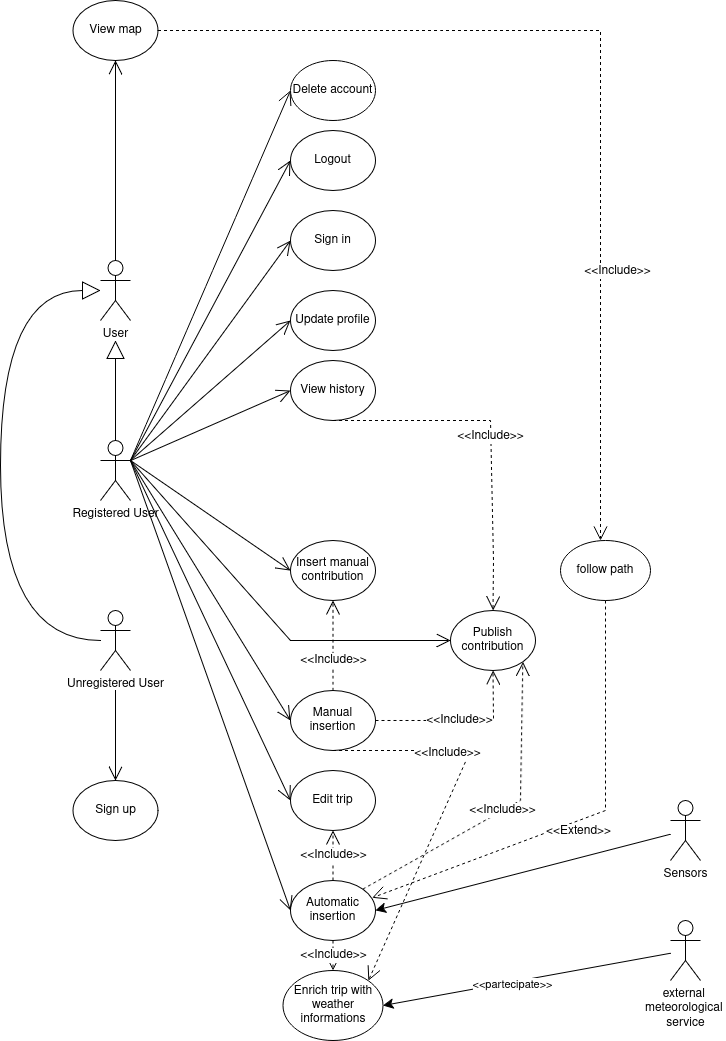
Earlier version of the draw.io export RASD/Version1.0/images/use_case_diagram.png (Francesco2035/RavelliRausaPoggi). Source tidied: cells renumbered, new cells last; positions are measured from the earlier drawing's top-left corner, leaving out a move shared by most shapes.
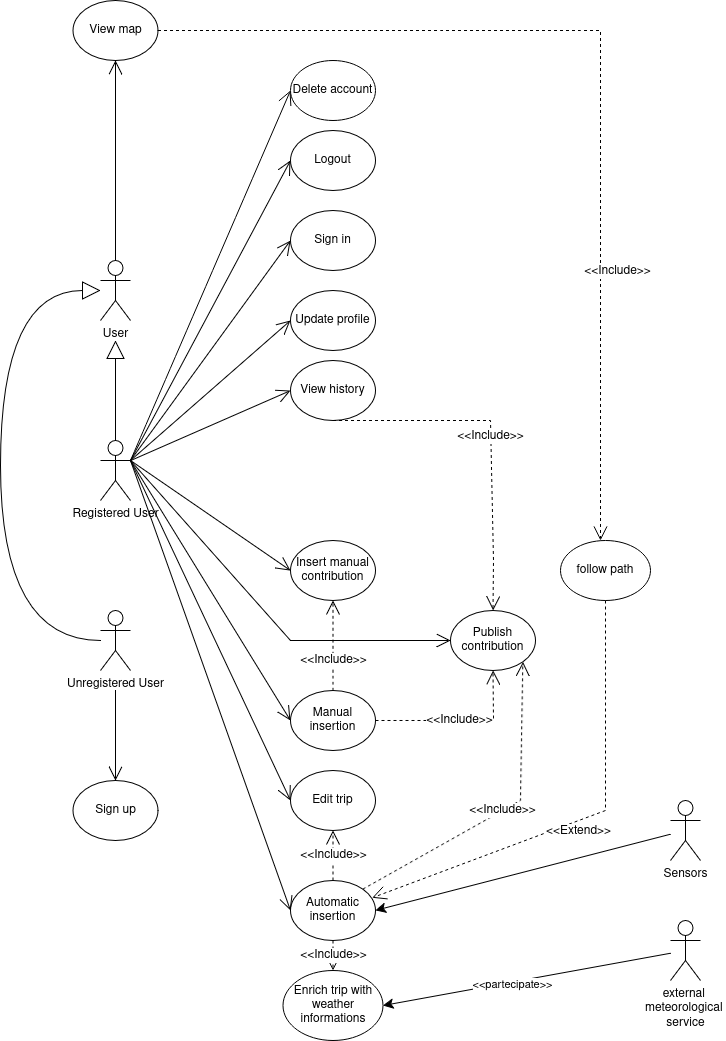
The same diagram one commit later.

The edit, as a diff of the source:
```diff
@@ -185,12 +185,5 @@
     <mxCell id="45" value="&amp;lt;&amp;lt;Include&amp;gt;&amp;gt;" style="endArrow=open;endSize=12;dashed=1;html=1;rounded=0;fontSize=12;exitX=0.5;exitY=1;exitDx=0;exitDy=0;entryX=0.5;entryY=0;entryDx=0;entryDy=0;" parent="1" edge="1" source="19" target="44">
       <mxGeometry relative="1" as="geometry" />
     </mxCell>
-    <mxCell id="46" value="&amp;lt;&amp;lt;Include&amp;gt;&amp;gt;" style="endArrow=open;endSize=12;dashed=1;html=1;rounded=0;fontSize=12;exitX=0.5;exitY=1;exitDx=0;exitDy=0;entryX=1;entryY=0;entryDx=0;entryDy=0;" parent="1" edge="1" source="17" target="44">
-      <mxGeometry x="-0.23" y="-20" relative="1" as="geometry">
-        <Array as="points">
-          <mxPoint x="470" y="750" />
-        </Array>
-      </mxGeometry>
-    </mxCell>
   </root>
 </mxGraphModel>
```
